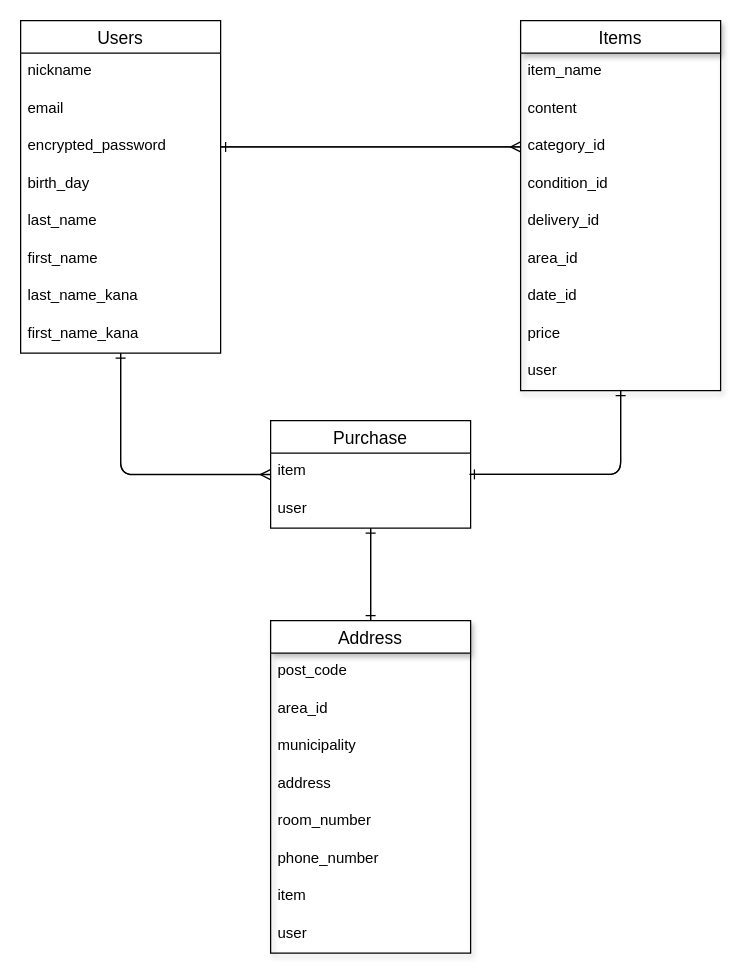
Above: ER.dio in tamagokakepiza/furima-36859 (draw.io), before the change. Source tidied: cells renumbered, new cells numbered last; positions are measured from the earlier drawing's top-left corner, leaving out a move shared by most shapes. Both pictures are drawn from the tidied source at 125%, with x=0, y=0 at pixel (20, 20).
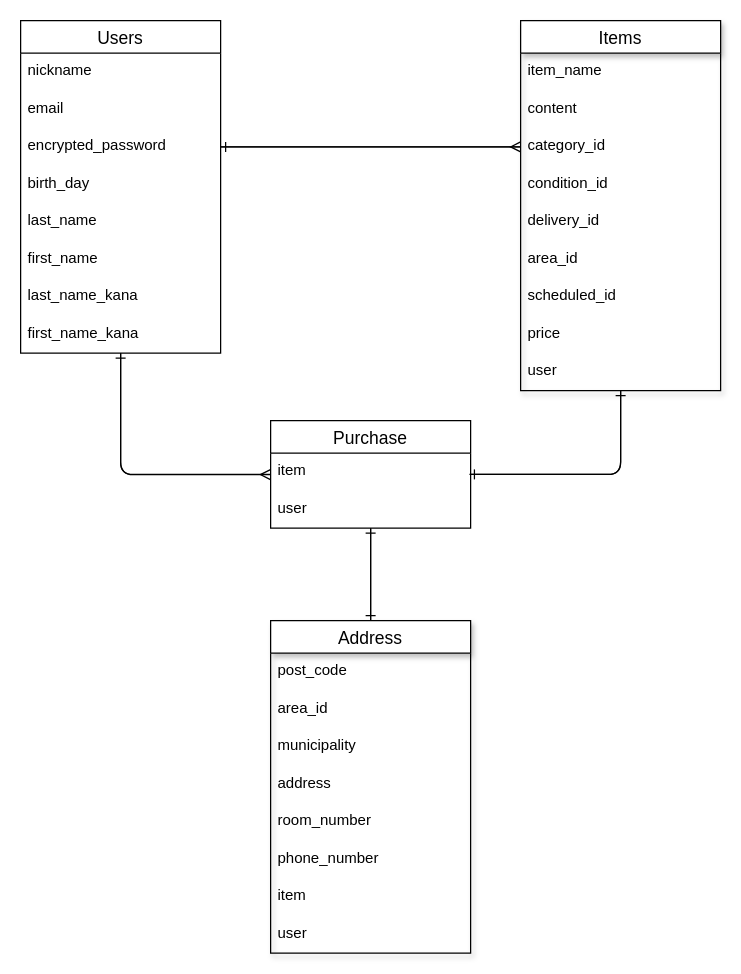
Above is the later version.

The change refers to these unchanged cells:
```xml
<mxCell id="23" value="Items" style="swimlane;fontStyle=0;horizontal=1;startSize=26;align=center;fontSize=14;rounded=0;shadow=1;" parent="1" vertex="1">
  <mxGeometry x="400" width="160" height="296" as="geometry" />
</mxCell>
```

The edit, as a diff of the source:
```diff
@@
-    <mxCell id="30" value="date_id" style="text;strokeColor=none;fillColor=none;spacingLeft=4;spacingRight=4;overflow=hidden;fontSize=12;rounded=0;shadow=1;" parent="23" vertex="1">
+    <mxCell id="30" value="scheduled_id" style="text;strokeColor=none;fillColor=none;spacingLeft=4;spacingRight=4;overflow=hidden;fontSize=12;rounded=0;shadow=1;" parent="23" vertex="1">
       <mxGeometry y="206" width="160" height="30" as="geometry" />
     </mxCell>
```
